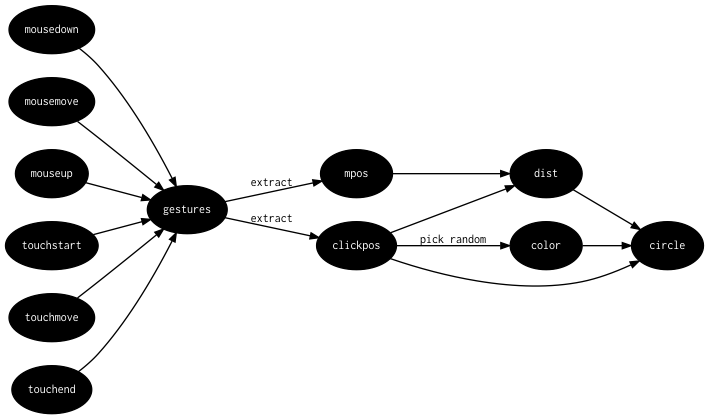
Above: assets/rs-dflow.png in thi-ng/umbrella (Graphviz), before the change. Its source is kept beside it as assets/rs-dflow.dot.
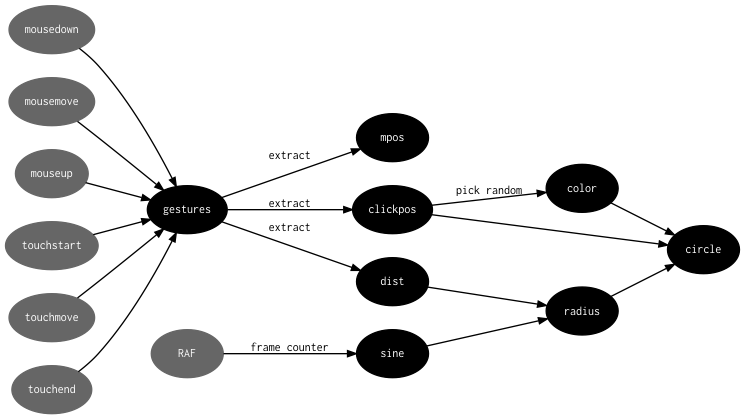
After the commit.

Commit message:
feat(examples): update rstream-dflow example

The edit, as a diff of the source:
```diff
@@ -13,13 +13,24 @@
 
     gestures -> mpos[label=extract];
     gestures -> clickpos[label=extract];
-
-    mpos -> dist;
-    clickpos -> dist;
+    gestures -> dist[label=extract];
 
     clickpos -> color[label="pick random"];
 
     clickpos -> circle;
-    dist -> circle;
+    radius -> circle;
     color -> circle;
+
+    RAF -> sine[label="frame counter"];
+
+    sine -> radius;
+    dist -> radius;
+
+    mousedown[color="#666666"];
+    mousemove[color="#666666"];
+    mouseup[color="#666666"];
+    touchstart[color="#666666"];
+    touchmove[color="#666666"];
+    touchend[color="#666666"];
+    RAF[color="#666666"];
 }
```
